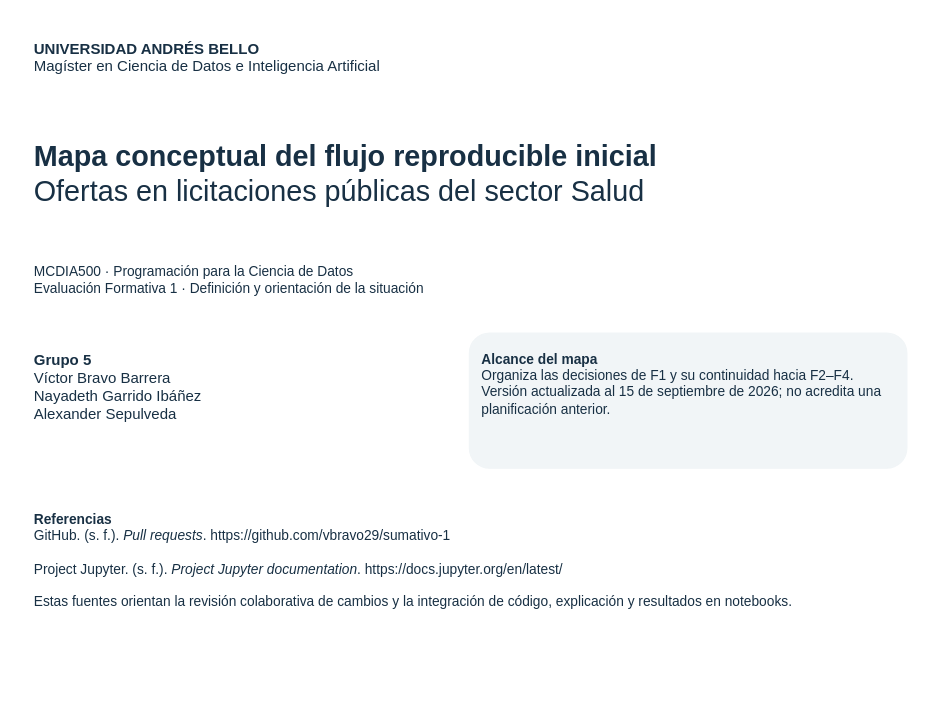
Before: page "Portada" (1 of 2) of docs/mcdi500_s1_grupo5.drawio in vbravo29/sumativo-1, a draw.io diagram. Source tidied: cells renumbered, new cells numbered last; positions are measured from the earlier drawing's top-left corner, leaving out a move shared by most shapes. Both pictures are drawn from the tidied source at 125%, with x=0, y=0 at pixel (21, 21).
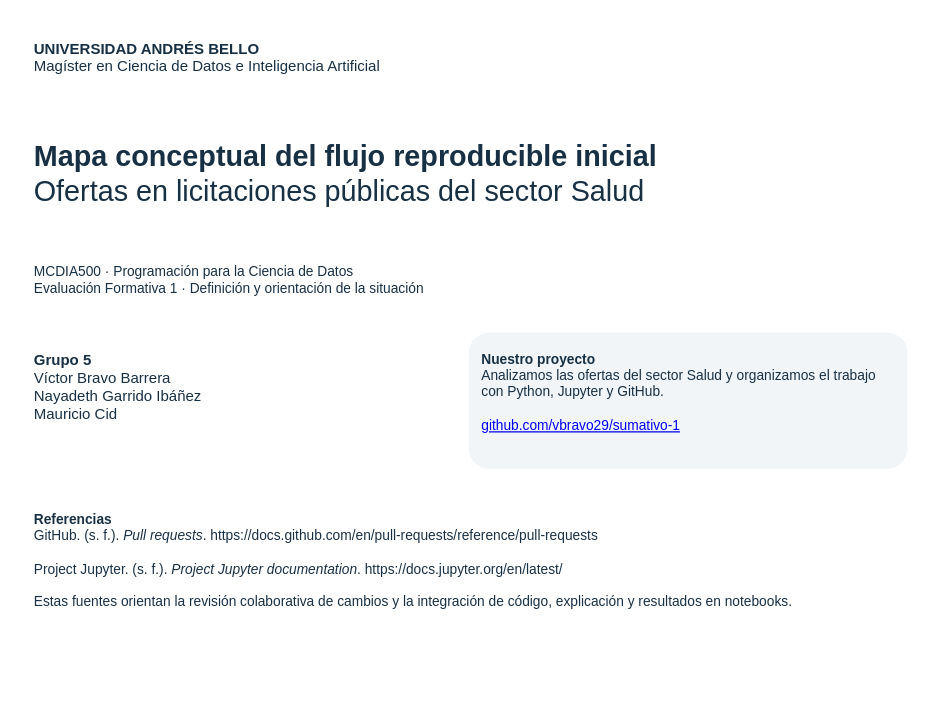
Above is the later version.

Commit message (it also covers changes not shown here):
mejoras diagrama y flujo de trabajo

Diff of the diagram source:
```diff
@@
 <mxGraphModel>
   <root>
     <mxCell id="0" />
     <mxCell id="1" parent="0" />
     <mxCell id="2" value="&lt;b&gt;UNIVERSIDAD ANDRÉS BELLO&lt;/b&gt;&lt;br/&gt;Magíster en Ciencia de Datos e Inteligencia Artificial" style="rounded=1;whiteSpace=wrap;html=1;fontFamily=Arial;fontSize=12;fontColor=#183044;align=left;verticalAlign=top;spacing=10;fillColor=none;strokeColor=none;" parent="1" vertex="1">
       <mxGeometry width="708" height="55" as="geometry" />
     </mxCell>
     <mxCell id="3" value="&lt;b&gt;Mapa conceptual del flujo reproducible inicial&lt;/b&gt;&lt;br/&gt;Ofertas en licitaciones públicas del sector Salud" style="rounded=1;whiteSpace=wrap;html=1;fontFamily=Arial;fontSize=23;fontColor=#183044;align=left;verticalAlign=top;spacing=10;fillColor=none;strokeColor=none;" parent="1" vertex="1">
       <mxGeometry y="80" width="708" height="88" as="geometry" />
     </mxCell>
     <mxCell id="4" value="MCDIA500 · Programación para la Ciencia de Datos&lt;br/&gt;Evaluación Formativa 1 · Definición y orientación de la situación" style="rounded=1;whiteSpace=wrap;html=1;fontFamily=Arial;fontSize=11;fontColor=#183044;align=left;verticalAlign=top;spacing=10;fillColor=none;strokeColor=none;" parent="1" vertex="1">
       <mxGeometry y="179" width="708" height="54" as="geometry" />
     </mxCell>
-    <mxCell id="5" value="&lt;b&gt;Grupo 5&lt;/b&gt;&lt;br/&gt;Víctor Bravo Barrera&lt;br/&gt;Nayadeth Garrido Ibáñez&lt;br/&gt;Alexander Sepulveda" style="rounded=1;whiteSpace=wrap;html=1;fontFamily=Arial;fontSize=12;fontColor=#183044;align=left;verticalAlign=top;spacing=10;fillColor=none;strokeColor=none;" parent="1" vertex="1">
+    <mxCell id="5" value="&lt;b&gt;Grupo 5&lt;/b&gt;&lt;br/&gt;Víctor Bravo Barrera&lt;br/&gt;Nayadeth Garrido Ibáñez&lt;br/&gt;Mauricio Cid" style="rounded=1;whiteSpace=wrap;html=1;fontFamily=Arial;fontSize=12;fontColor=#183044;align=left;verticalAlign=top;spacing=10;fillColor=none;strokeColor=none;" parent="1" vertex="1">
       <mxGeometry y="249" width="335" height="108" as="geometry" />
     </mxCell>
-    <mxCell id="6" value="&lt;b&gt;Alcance del mapa&lt;/b&gt;&lt;br/&gt;Organiza las decisiones de F1 y su continuidad hacia F2–F4. Versión actualizada al 15 de septiembre de 2026; no acredita una planificación anterior." style="rounded=1;whiteSpace=wrap;html=1;fontFamily=Arial;fontSize=11;fontColor=#183044;align=left;verticalAlign=top;spacing=10;fillColor=#F1F5F7;strokeColor=#F1F5F7;" parent="1" vertex="1">
+    <mxCell id="6" value="&lt;b&gt;Nuestro proyecto&lt;/b&gt;&lt;br/&gt;Analizamos las ofertas del sector Salud y organizamos el trabajo con Python, Jupyter y GitHub.&lt;br/&gt;&lt;br/&gt;&lt;a href=&quot;https://github.com/vbravo29/sumativo-1&quot; color=&quot;#183044&quot;&gt;github.com/vbravo29/sumativo-1&lt;/a&gt;" style="rounded=1;whiteSpace=wrap;html=1;fontFamily=Arial;fontSize=11;fontColor=#183044;align=left;verticalAlign=top;spacing=10;fillColor=#F1F5F7;strokeColor=#F1F5F7;" parent="1" vertex="1">
       <mxGeometry x="358" y="249" width="350" height="108" as="geometry" />
     </mxCell>
-    <mxCell id="7" value="&lt;b&gt;Referencias&lt;/b&gt;&lt;br&gt;GitHub. (s. f.). &lt;i&gt;Pull requests&lt;/i&gt;. https://github.com/vbravo29/sumativo-1&lt;br&gt;&lt;br&gt;Project Jupyter. (s. f.). &lt;i&gt;Project Jupyter documentation&lt;/i&gt;. https://docs.jupyter.org/en/latest/&lt;br&gt;&lt;br&gt;Estas fuentes orientan la revisión colaborativa de cambios y la integración de código, explicación y resultados en notebooks." style="rounded=1;whiteSpace=wrap;html=1;fontFamily=Arial;fontSize=11;fontColor=#183044;align=left;verticalAlign=top;spacing=10;fillColor=none;strokeColor=none;" parent="1" vertex="1">
+    <mxCell id="7" value="&lt;b&gt;Referencias&lt;/b&gt;&lt;br/&gt;GitHub. (s. f.). &lt;i&gt;Pull requests&lt;/i&gt;. https://docs.github.com/en/pull-requests/reference/pull-requests&lt;br/&gt;&lt;br/&gt;Project Jupyter. (s. f.). &lt;i&gt;Project Jupyter documentation&lt;/i&gt;. https://docs.jupyter.org/en/latest/&lt;br/&gt;&lt;br/&gt;Estas fuentes orientan la revisión colaborativa de cambios y la integración de código, explicación y resultados en notebooks." style="rounded=1;whiteSpace=wrap;html=1;fontFamily=Arial;fontSize=11;fontColor=#183044;align=left;verticalAlign=top;spacing=10;fillColor=none;strokeColor=none;" parent="1" vertex="1">
       <mxGeometry y="377" width="708" height="160" as="geometry" />
     </mxCell>
   </root>
 </mxGraphModel>
```
